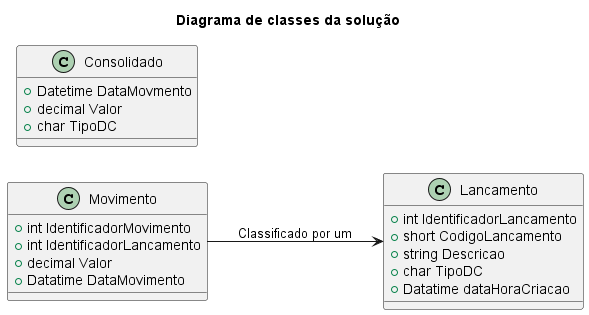
Earlier version of the PlantUML export specifications/diagram/Fluxo de caixa.png (rodriguescarlos/fluxocaixa). The source it was exported from:
```plantuml
@startuml Fluxo de caixa
title Diagrama de classes da solução
left to right direction
skinparam shadowing false

class Lancamento{
    +int IdentificadorLancamento
    +short CodigoLancamento
    +string Descricao
    +char TipoDC
    +Datatime dataHoraCriacao
}

class Movimento{
    +int IdentificadorMovimento
    +int IdentificadorLancamento
    +decimal Valor
    +Datatime DataMovimento
}

class Consolidado{
    +Datetime DataMovmento
    +decimal Valor
    +char TipoDC
}

Movimento --> Lancamento : Classificado por um

@enduml
```
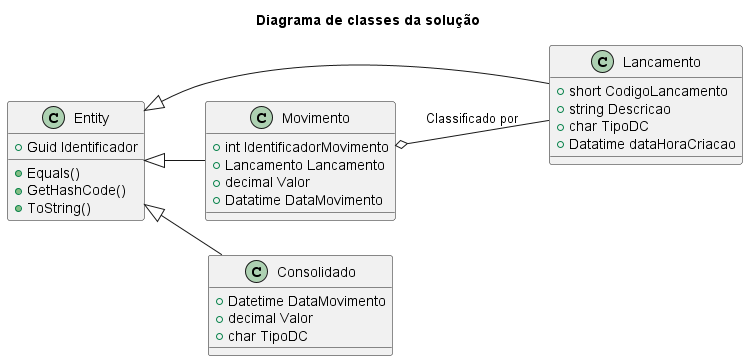
Later version of the same file.

Commit message:
criar-serviço-controle-caixa - Geracao de imagens dos diagramas - Adição objeto no documento arquitetura.md

Diff of the diagram source:
```diff
@@ -3,8 +3,15 @@
 left to right direction
 skinparam shadowing false
 
+class Entity{
+    +Guid Identificador
+
+    +Equals()
+    +GetHashCode()
+    +ToString()
+}
+
 class Lancamento{
-    +int IdentificadorLancamento
     +short CodigoLancamento
     +string Descricao
     +char TipoDC
@@ -13,17 +20,20 @@
 
 class Movimento{
     +int IdentificadorMovimento
-    +int IdentificadorLancamento
+    +Lancamento Lancamento
     +decimal Valor
     +Datatime DataMovimento
 }
 
 class Consolidado{
-    +Datetime DataMovmento
+    +Datetime DataMovimento
     +decimal Valor
     +char TipoDC
 }
 
-Movimento --> Lancamento : Classificado por um
+Movimento o-- Lancamento : Classificado por
+Entity <|-- Lancamento
+Entity <|-- Movimento
+Entity <|-- Consolidado
 
 @enduml
```
